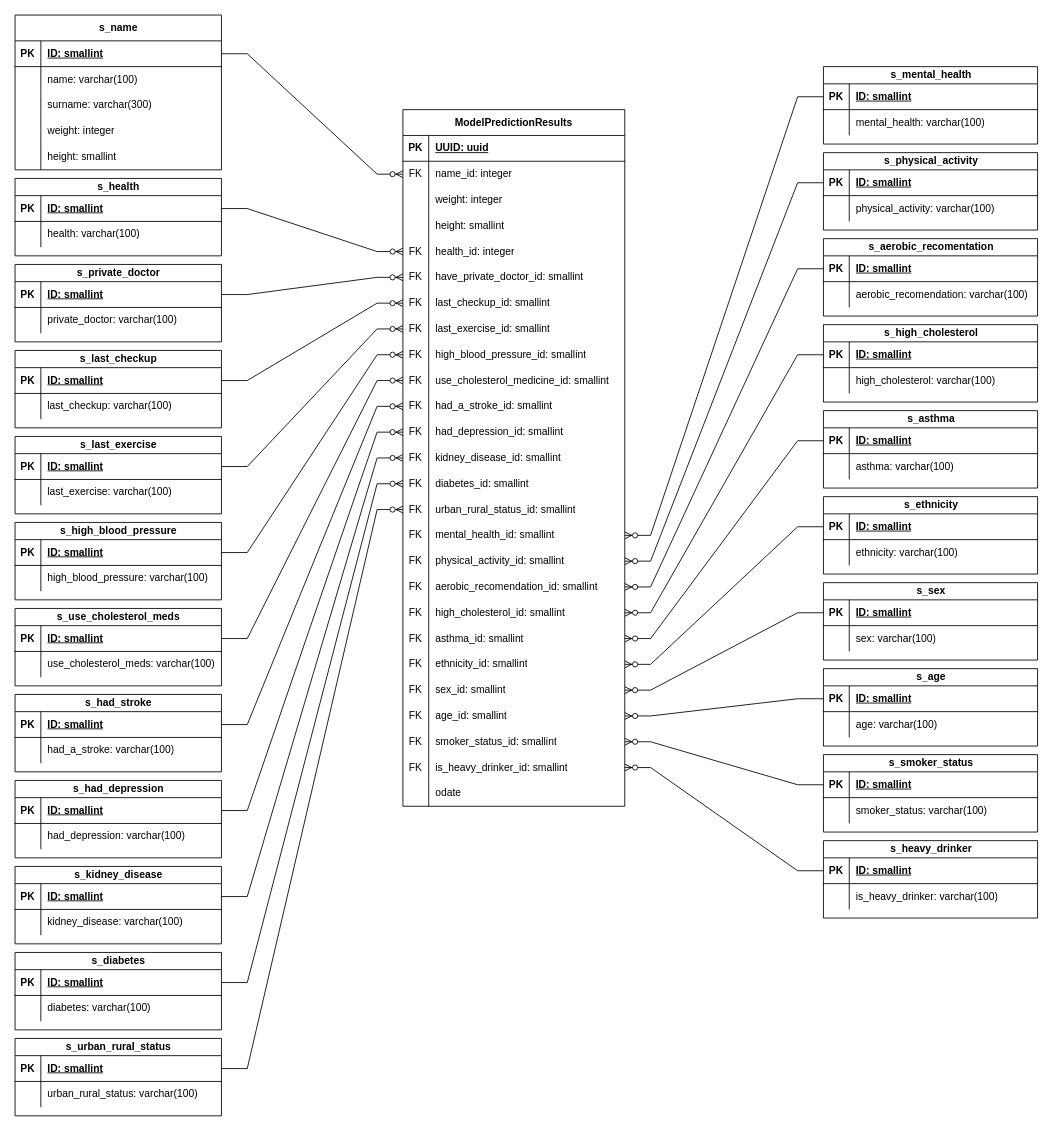
Above: MER.drawio in GuhBrando/ml_heart_disease_prediction (draw.io), before the change. Source tidied: cells renumbered, new cells numbered last; positions are measured from the earlier drawing's top-left corner, leaving out a move shared by most shapes. Both pictures are drawn from the tidied source at 86%, with x=0, y=0 at pixel (15, 15).
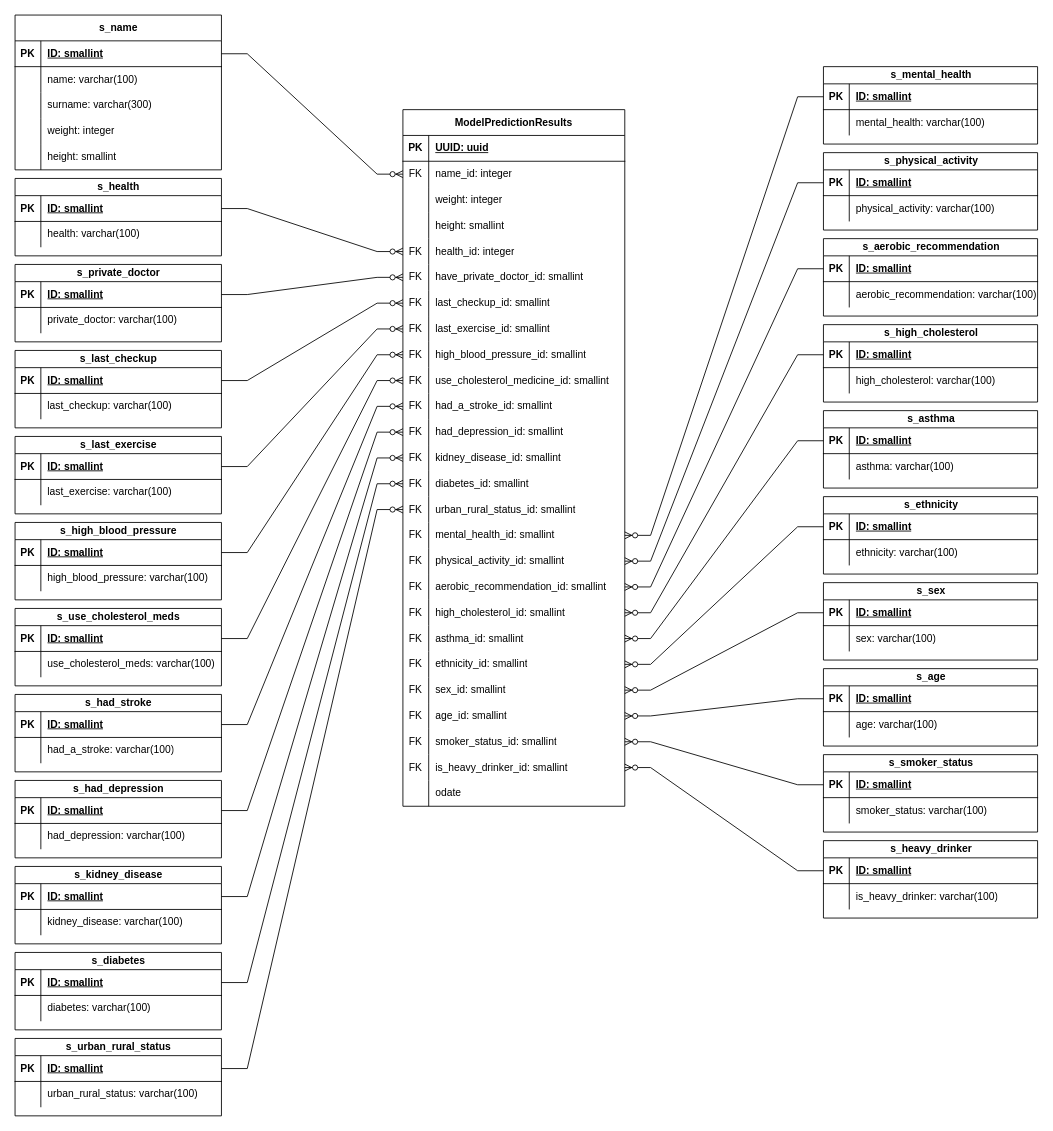
The same page after the edit.

Commit message (it also covers changes not shown here):
Mudanca recommendation e code smell

Unchanged cells that the change refers to:
```xml
<mxCell id="54" style="shape=tableRow;horizontal=0;startSize=0;swimlaneHead=0;swimlaneBody=0;fillColor=none;points=[[0,0.5],[1,0.5]];portConstraint=eastwest;top=0;left=0;right=0;bottom=0;html=1;" parent="2" vertex="1">
  <mxGeometry y="540" width="258" height="30" as="geometry" />
</mxCell>
<mxCell id="212" style="shape=tableRow;horizontal=0;startSize=0;swimlaneHead=0;swimlaneBody=0;fillColor=none;top=0;left=0;right=0;bottom=0;" parent="208" vertex="1">
  <mxGeometry y="50" width="249" height="30" as="geometry" />
</mxCell>
```

The edit, as a diff of the source:
```diff
@@
-    <mxCell id="56" value="aerobic_recomendation_id: smallint" style="shape=partialRectangle;fillColor=none;top=0;left=0;bottom=0;right=0;align=left;spacingLeft=6;overflow=hidden;html=1;whiteSpace=wrap;" parent="54" vertex="1">
+    <mxCell id="56" value="aerobic_recommendation_id: smallint" style="shape=partialRectangle;fillColor=none;top=0;left=0;bottom=0;right=0;align=left;spacingLeft=6;overflow=hidden;html=1;whiteSpace=wrap;" parent="54" vertex="1">
       <mxGeometry x="30" width="228" height="30" as="geometry" />
     </mxCell>
@@
-    <mxCell id="208" value="s_aerobic_recomentation" style="shape=table;startSize=20;childLayout=tableLayout;rowLines=0;fontStyle=1;align=center;html=1;" parent="1" vertex="1">
+    <mxCell id="208" value="s_aerobic_recommendation" style="shape=table;startSize=20;childLayout=tableLayout;rowLines=0;fontStyle=1;align=center;html=1;" parent="1" vertex="1">
       <mxGeometry x="940" y="260" width="249" height="90" as="geometry" />
     </mxCell>
@@
-    <mxCell id="214" value="aerobic_recomendation: varchar(100)" style="shape=partialRectangle;fillColor=none;top=0;left=0;bottom=0;right=0;align=left;spacingLeft=6;overflow=hidden;whiteSpace=wrap;html=1;" parent="212" vertex="1">
+    <mxCell id="214" value="aerobic_recommendation: varchar(100)" style="shape=partialRectangle;fillColor=none;top=0;left=0;bottom=0;right=0;align=left;spacingLeft=6;overflow=hidden;whiteSpace=wrap;html=1;" parent="212" vertex="1">
       <mxGeometry x="30" width="219" height="30" as="geometry" />
     </mxCell>
```
